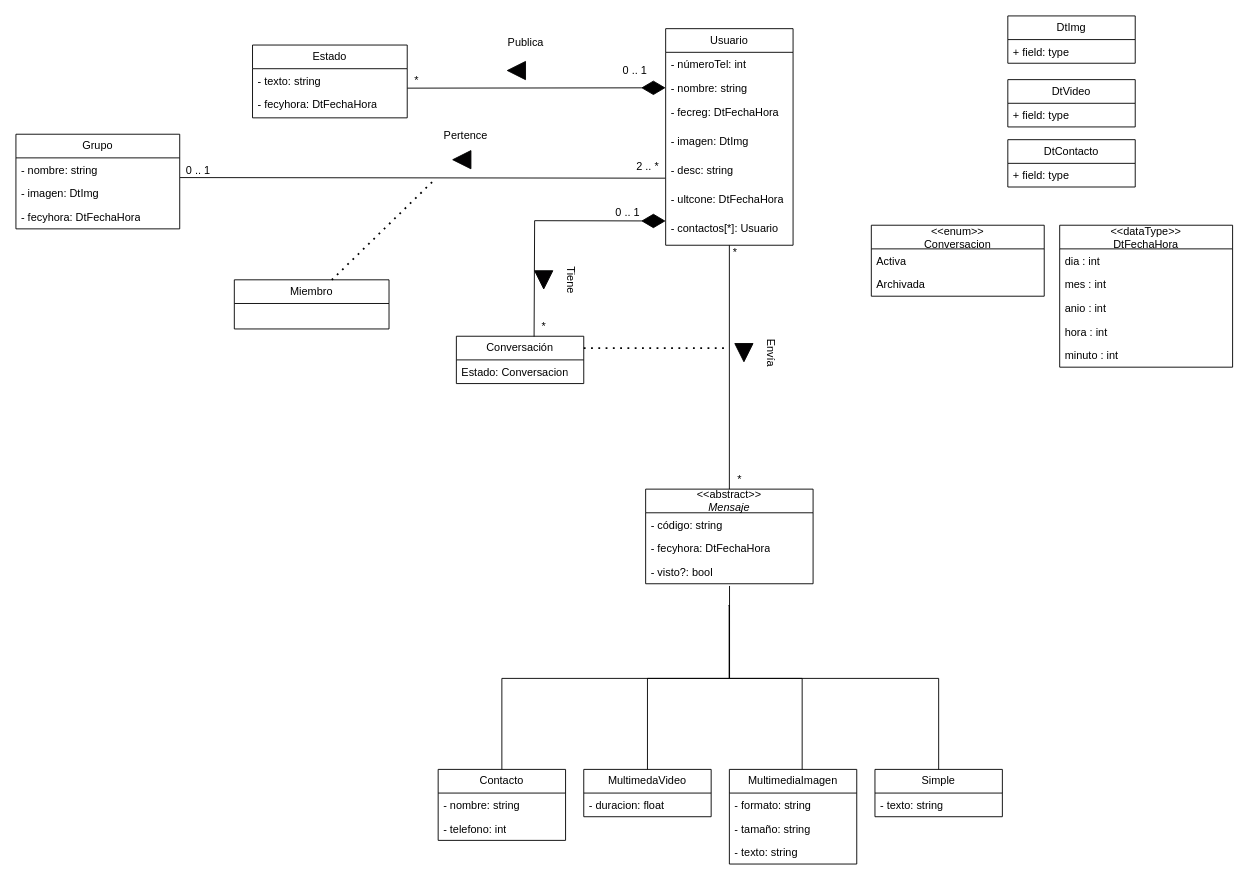
Before: Lab2.drawio in rofernandezm/laboratorio2Pav2023, a draw.io diagram. Source tidied: cells renumbered, new cells numbered last; positions are measured from the earlier drawing's top-left corner, leaving out a move shared by most shapes. Both pictures are drawn from the tidied source at 91%, with x=0, y=0 at pixel (15, 15).
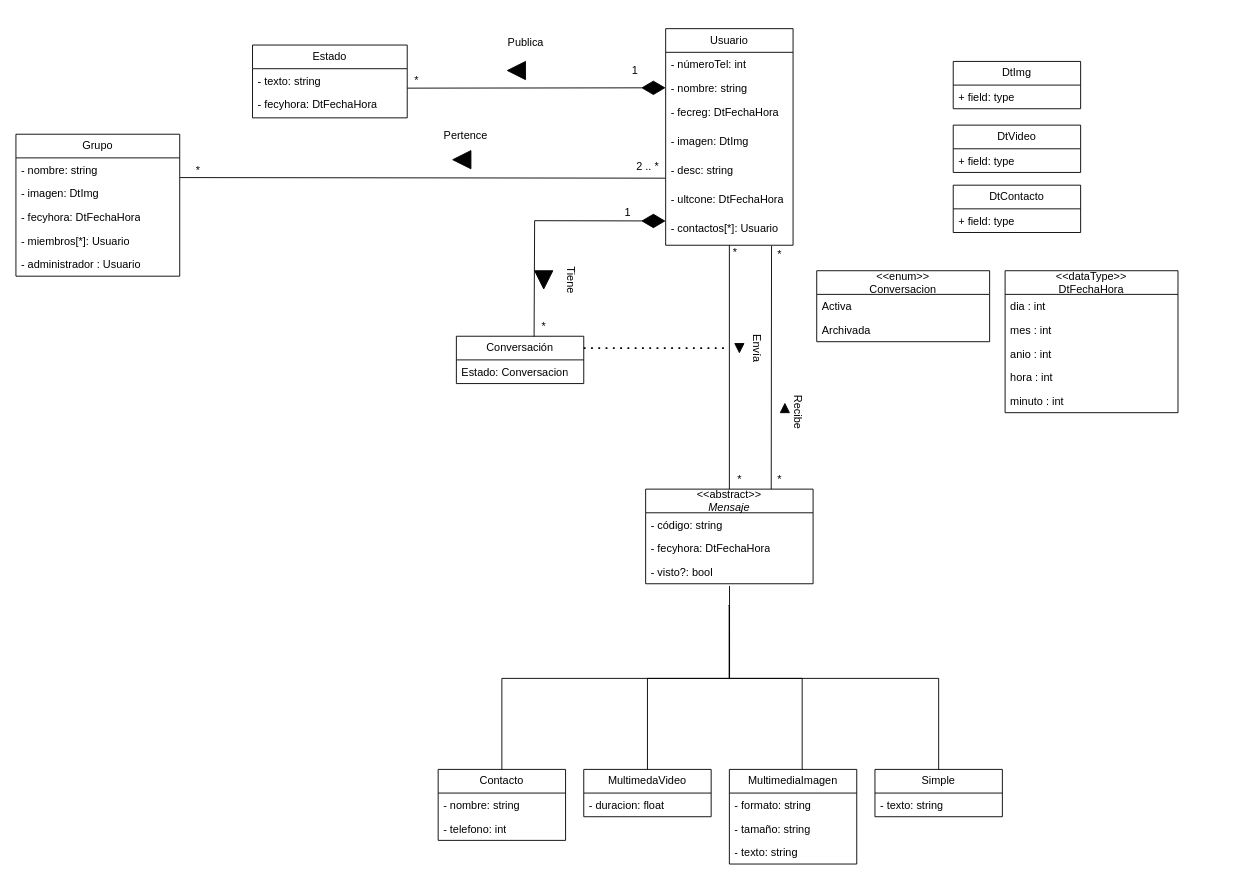
The same diagram, later.

The change refers to these unchanged cells:
```xml
<mxCell id="9" value="- contactos[*]: Usuario&amp;nbsp;" style="text;strokeColor=none;fillColor=none;align=left;verticalAlign=top;spacingLeft=4;spacingRight=4;overflow=hidden;points=[[0,0.5],[1,0.5]];portConstraint=eastwest;whiteSpace=wrap;html=1;" parent="2" vertex="1">
  <mxGeometry y="206" width="140" height="32" as="geometry" />
</mxCell>
<mxCell id="12" value="&lt;div&gt;&amp;lt;&amp;lt;abstract&amp;gt;&amp;gt;&lt;br&gt;&lt;/div&gt;&lt;div&gt;&lt;i&gt;Mensaje&lt;/i&gt;&lt;/div&gt;" style="swimlane;fontStyle=0;horizontal=1;startSize=26;fillColor=none;whiteSpace=wrap;html=1;" parent="1" vertex="1">
  <mxGeometry x="692" y="520" width="184" height="104" as="geometry" />
</mxCell>
```

The edit, as a diff of the source:
```diff
@@
     <mxCell id="16" value="Grupo" style="swimlane;fontStyle=0;horizontal=1;startSize=26;fillColor=none;whiteSpace=wrap;html=1;" parent="1" vertex="1">
-      <mxGeometry y="130" width="180" height="104" as="geometry" />
+      <mxGeometry y="130" width="180" height="156" as="geometry" />
     </mxCell>
@@
+    <mxCell id="77" value="- miembros[*]: Usuario " style="text;strokeColor=none;fillColor=none;align=left;verticalAlign=top;spacingLeft=4;spacingRight=4;overflow=hidden;whiteSpace=wrap;html=1;" parent="16" vertex="1">
+      <mxGeometry y="104" width="180" height="26" as="geometry" />
+    </mxCell>
+    <mxCell id="78" value="- administrador : Usuario" style="text;strokeColor=none;fillColor=none;align=left;verticalAlign=top;spacingLeft=4;spacingRight=4;overflow=hidden;whiteSpace=wrap;html=1;" parent="16" vertex="1">
+      <mxGeometry y="130" width="180" height="26" as="geometry" />
+    </mxCell>
@@
     <mxCell id="26" value="DtImg" style="swimlane;fontStyle=0;horizontal=1;startSize=26;fillColor=none;whiteSpace=wrap;html=1;" parent="1" vertex="1">
-      <mxGeometry x="1090" width="140" height="52" as="geometry" />
+      <mxGeometry x="1030" y="50" width="140" height="52" as="geometry" />
     </mxCell>
@@
     <mxCell id="28" value="DtVideo" style="swimlane;fontStyle=0;horizontal=1;startSize=26;fillColor=none;whiteSpace=wrap;html=1;" parent="1" vertex="1">
-      <mxGeometry x="1090" y="70" width="140" height="52" as="geometry" />
+      <mxGeometry x="1030" y="120" width="140" height="52" as="geometry" />
     </mxCell>
@@
     <mxCell id="38" value="DtContacto" style="swimlane;fontStyle=0;horizontal=1;startSize=26;fillColor=none;whiteSpace=wrap;html=1;" parent="1" vertex="1">
-      <mxGeometry x="1090" y="136" width="140" height="52" as="geometry" />
+      <mxGeometry x="1030" y="186" width="140" height="52" as="geometry" />
     </mxCell>
@@
     <mxCell id="46" style="triangle;whiteSpace=wrap;html=1;rotation=90;fillColor=#030203;" parent="1" vertex="1">
-      <mxGeometry x="790" y="360" width="20" height="20" as="geometry" />
+      <mxGeometry x="790" y="360" width="10" height="10" as="geometry" />
     </mxCell>
     <mxCell id="47" value="Envía" style="text;html=1;align=center;verticalAlign=middle;strokeColor=none;fillColor=none;rotation=90;" parent="1" vertex="1">
-      <mxGeometry x="805" y="360" width="50" height="20" as="geometry" />
+      <mxGeometry x="790" y="355" width="50" height="20" as="geometry" />
     </mxCell>
@@
-    <mxCell id="50" value="0 .. 1" style="text;html=1;align=center;verticalAlign=middle;strokeColor=none;fillColor=none;" parent="1" vertex="1">
-      <mxGeometry x="652" y="206" width="40" height="20" as="geometry" />
+    <mxCell id="50" value="1" style="text;html=1;align=center;verticalAlign=middle;strokeColor=none;fillColor=none;" parent="1" vertex="1">
+      <mxGeometry x="657" y="201" width="30" height="30" as="geometry" />
     </mxCell>
@@
-    <mxCell id="54" value="&lt;div&gt;0 .. 1&lt;/div&gt;" style="text;html=1;align=center;verticalAlign=middle;strokeColor=none;fillColor=none;" parent="1" vertex="1">
-      <mxGeometry x="660" y="50" width="40" height="20" as="geometry" />
+    <mxCell id="54" value="&lt;div&gt;1&lt;/div&gt;" style="text;html=1;align=center;verticalAlign=middle;strokeColor=none;fillColor=none;" parent="1" vertex="1">
+      <mxGeometry x="665" y="45" width="30" height="30" as="geometry" />
     </mxCell>
@@
     <mxCell id="56" value="&#10;&lt;&lt;dataType&gt;&gt;&#10;DtFechaHora&#10;" style="swimlane;fontStyle=0;horizontal=1;startSize=26;fillColor=none;" parent="1" vertex="1">
-      <mxGeometry x="1147" y="230" width="190" height="156" as="geometry" />
+      <mxGeometry x="1087" y="280" width="190" height="156" as="geometry" />
     </mxCell>
@@
     <mxCell id="64" value="&#10;&#10;&lt;&lt;enum&gt;&gt;&#10;Conversacion&#10;&#10;" style="swimlane;fontStyle=0;horizontal=1;startSize=26;fillColor=none;" parent="1" vertex="1">
-      <mxGeometry x="940" y="230" width="190" height="78" as="geometry" />
+      <mxGeometry x="880" y="280" width="190" height="78" as="geometry" />
     </mxCell>
@@
-    <mxCell id="71" value="0 .. 1" style="text;html=1;align=center;verticalAlign=middle;strokeColor=none;fillColor=none;" parent="1" vertex="1">
-      <mxGeometry x="180" y="160" width="40" height="20" as="geometry" />
+    <mxCell id="71" value="&lt;div&gt;*&lt;/div&gt;" style="text;html=1;align=center;verticalAlign=middle;strokeColor=none;fillColor=none;" parent="1" vertex="1">
+      <mxGeometry x="185" y="155" width="30" height="30" as="geometry" />
     </mxCell>
@@
-    <mxCell id="74" value="Miembro" style="swimlane;fontStyle=0;horizontal=1;startSize=26;fillColor=none;whiteSpace=wrap;html=1;" parent="1" vertex="1">
-      <mxGeometry x="240" y="290" width="170" height="54" as="geometry" />
-    </mxCell>
-    <mxCell id="75" value="&lt;div&gt;&lt;br&gt;&lt;/div&gt;&lt;div&gt;&lt;br&gt;&lt;/div&gt;" style="text;strokeColor=none;fillColor=none;align=left;verticalAlign=top;spacingLeft=4;spacingRight=4;overflow=hidden;whiteSpace=wrap;html=1;" parent="74" vertex="1">
-      <mxGeometry y="26" width="170" height="28" as="geometry" />
-    </mxCell>
-    <mxCell id="76" style="endArrow=none;dashed=1;html=1;dashPattern=1 3;strokeWidth=2;rounded=0;exitX=0.63;exitY=0.003;exitDx=0;exitDy=0;exitPerimeter=0;" parent="1" edge="1" source="74">
-      <mxGeometry relative="1" as="geometry">
-        <mxPoint x="460" y="180" as="targetPoint" />
-      </mxGeometry>
-    </mxCell>
+    <mxCell id="79" style="endArrow=none;html=1;rounded=0;entryX=0.831;entryY=1.021;entryDx=0;entryDy=0;entryPerimeter=0;exitX=0.75;exitY=0;exitDx=0;exitDy=0;" parent="1" edge="1" source="12" target="9">
+      <mxGeometry relative="1" as="geometry" />
+    </mxCell>
+    <mxCell id="80" style="triangle;whiteSpace=wrap;html=1;rotation=-90;fillColor=#030203;" parent="1" vertex="1">
+      <mxGeometry x="840" y="426" width="10" height="10" as="geometry" />
+    </mxCell>
+    <mxCell id="81" value="Recibe" style="text;html=1;align=center;verticalAlign=middle;strokeColor=none;fillColor=none;rotation=90;" parent="1" vertex="1">
+      <mxGeometry x="830" y="420" width="60" height="30" as="geometry" />
+    </mxCell>
+    <mxCell id="82" value="*" style="text;html=1;align=center;verticalAlign=middle;strokeColor=none;fillColor=none;" parent="1" vertex="1">
+      <mxGeometry x="824" y="495" width="30" height="30" as="geometry" />
+    </mxCell>
+    <mxCell id="83" value="*" style="text;html=1;align=center;verticalAlign=middle;strokeColor=none;fillColor=none;" parent="1" vertex="1">
+      <mxGeometry x="829" y="252" width="20" height="20" as="geometry" />
+    </mxCell>
```
